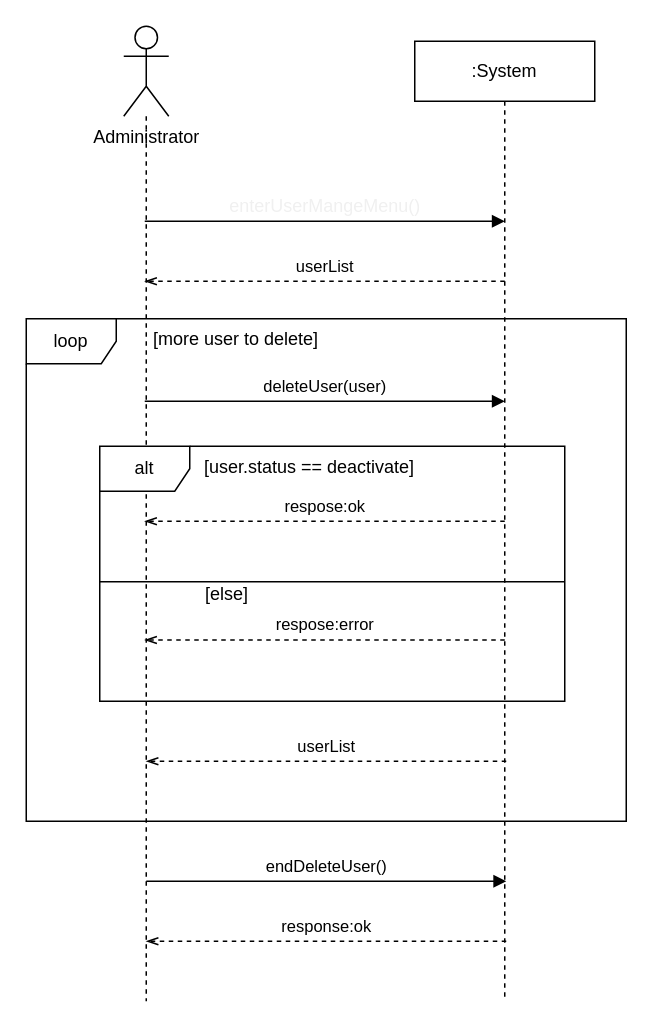
wonbeomjang/CAU11708-book-selling-system keeps this draw.io diagram as page "DeleteUser" (3 of 4) of diagram/system_sequence_diagram.drawio. Above is the earlier version. Source tidied: cells renumbered, new cells numbered last; positions are measured from the earlier drawing's top-left corner, leaving out a move shared by most shapes. Both pictures are drawn from the tidied source at 150%, with x=0, y=0 at pixel (26, 26).
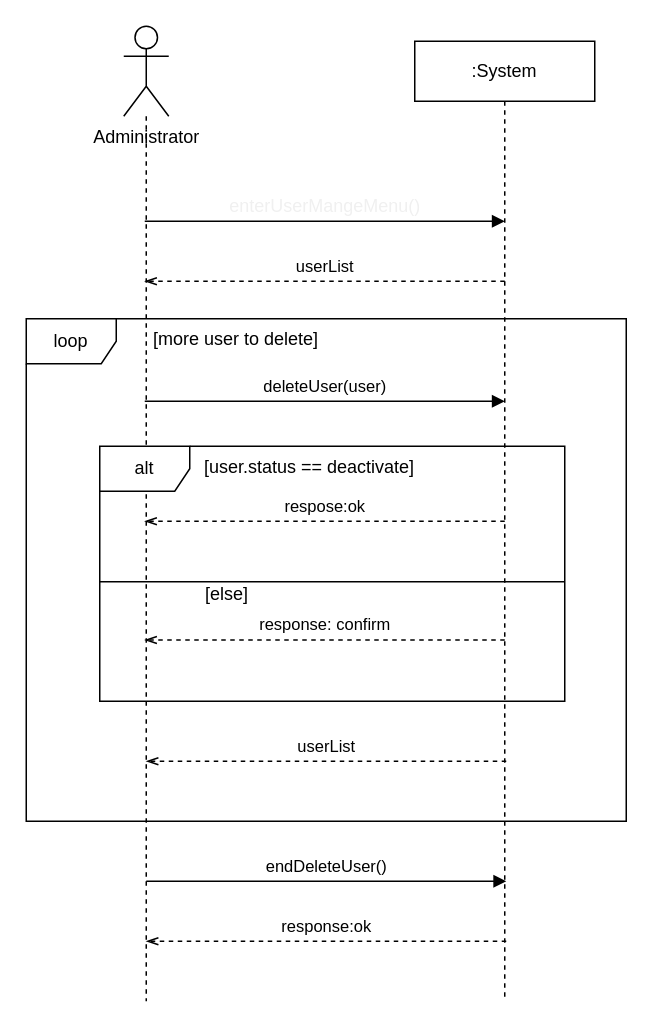
The same diagram, later.

What changed in the source:
```diff
@@
-    <mxCell id="14" value="respose:error" style="endArrow=openThin;html=1;endFill=0;dashed=1;" parent="1" edge="1">
+    <mxCell id="14" value="response: confirm" style="endArrow=openThin;html=1;endFill=0;dashed=1;" parent="1" edge="1">
       <mxGeometry y="-10" relative="1" as="geometry">
         <mxPoint x="319" y="409.2" as="sourcePoint" />
         <mxPoint x="79" y="409.2" as="targetPoint" />
       </mxGeometry>
     </mxCell>
```
